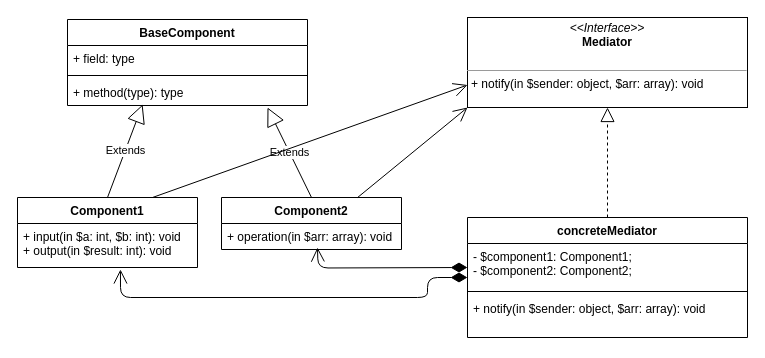
Above: Mediator.drawio in artemmm312/Behavioral-patterns (draw.io), before the change. Source tidied: cells renumbered, new cells numbered last; positions are measured from the earlier drawing's top-left corner, leaving out a move shared by most shapes. Both pictures are drawn from the tidied source at 100%, with x=0, y=0 at pixel (17, 17).
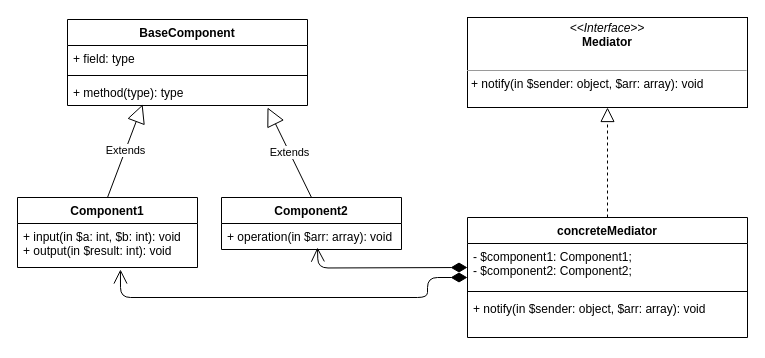
Above is the later version.

The change refers to these unchanged cells:
```xml
<mxCell id="2" value="&lt;p style=&quot;margin: 0px ; margin-top: 4px ; text-align: center&quot;&gt;&lt;i&gt;&amp;lt;&amp;lt;Interface&amp;gt;&amp;gt;&lt;/i&gt;&lt;br&gt;&lt;b&gt;Mediator&lt;/b&gt;&lt;/p&gt;&lt;p style=&quot;margin: 0px ; margin-left: 4px&quot;&gt;&lt;br&gt;&lt;/p&gt;&lt;hr size=&quot;1&quot;&gt;&lt;p style=&quot;margin: 0px ; margin-left: 4px&quot;&gt;+ notify(in $sender: object, $arr: array): void&lt;br&gt;&lt;/p&gt;" style="verticalAlign=top;align=left;overflow=fill;fontSize=12;fontFamily=Helvetica;html=1;" parent="1" vertex="1">
  <mxGeometry x="450" width="280" height="90" as="geometry" />
</mxCell>
<mxCell id="11" value="Component1" style="swimlane;fontStyle=1;align=center;verticalAlign=top;horizontal=1;startSize=26;" parent="1" vertex="1">
  <mxGeometry y="180" width="180" height="70" as="geometry" />
</mxCell>
<mxCell id="13" value="Component2" style="swimlane;fontStyle=1;align=center;verticalAlign=top;horizontal=1;startSize=26;" parent="1" vertex="1">
  <mxGeometry x="204" y="180" width="180" height="52" as="geometry" />
</mxCell>
```

Diff of the diagram source:
```diff
@@
-    <mxCell id="20" style="endArrow=open;endFill=1;endSize=12;html=1;entryX=0;entryY=1;entryDx=0;entryDy=0;exitX=0.756;exitY=0;exitDx=0;exitDy=0;exitPerimeter=0;" parent="1" edge="1" source="13" target="2">
-      <mxGeometry relative="1" as="geometry" />
-    </mxCell>
-    <mxCell id="21" style="endArrow=open;endFill=1;endSize=12;html=1;entryX=0;entryY=0.75;entryDx=0;entryDy=0;exitX=0.75;exitY=0;exitDx=0;exitDy=0;" parent="1" edge="1" source="11" target="2">
-      <mxGeometry relative="1" as="geometry" />
-    </mxCell>
```
